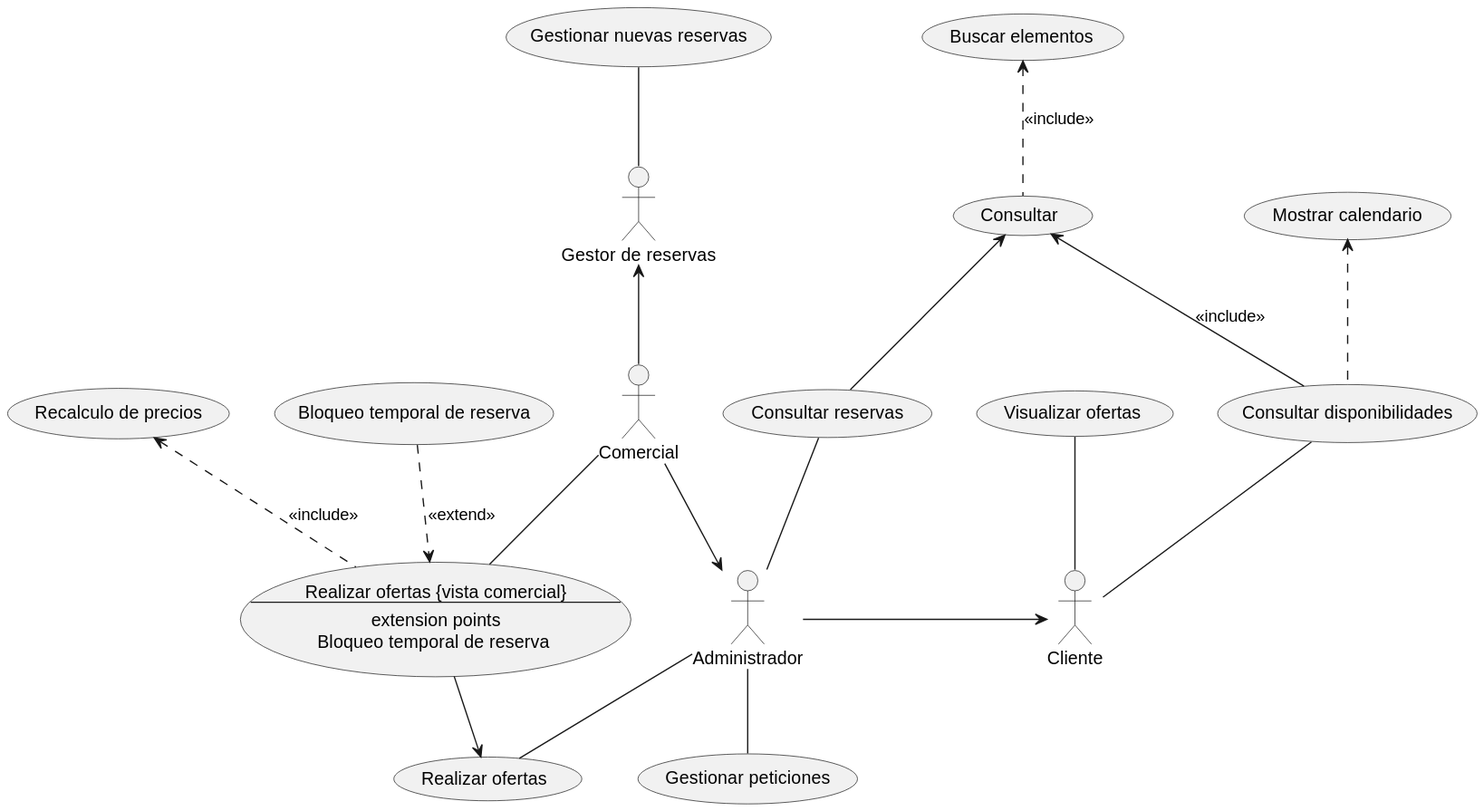
Earlier version of the PlantUML export out/lab0/source/Compania hotelera/CompaniaHotelera.svg (cgg734/INRE-UAL-MORADO-2022-2023).
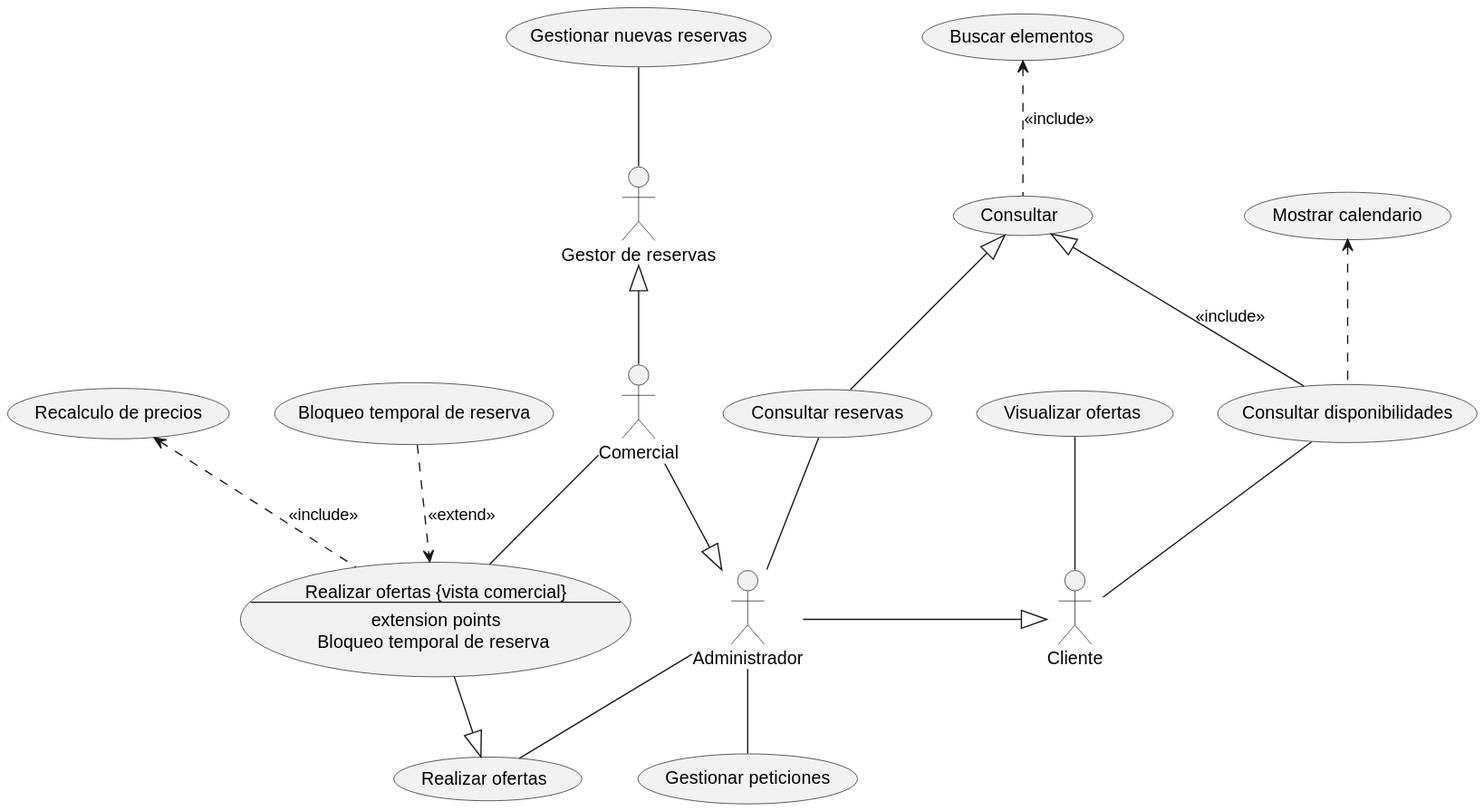
After the commit.

Diff of the diagram source:
```diff
@@ -16,21 +16,21 @@
 Administrador--(GestPet)
 Administrador-down-(RealOf)
 
-Administrador-right->Cliente
+Administrador-right-|>Cliente
 
 (Mostrar calendario) as (MCalenda)
 (ConsultDisponib).up.>(MCalenda)
 
-(Consultar)<--(ConsultDisponib): <<include>>
-(Consultar)<--(ConsultRes)
+(Consultar)<|--(ConsultDisponib): <<include>>
+(Consultar)<|--(ConsultRes)
 
 (Buscar elementos) as (BuscaElem)
 (Consultar).up.>(BuscaElem): <<include>>
 
 actor Comercial
 
-Comercial-up-> :Gestor de reservas:
-Comercial-right-> Administrador
+Comercial-up-|> :Gestor de reservas:
+Comercial-right-|> Administrador
 
 usecase (Gestionar nuevas reservas) as GestNReser
 :Gestor de reservas:-up-(GestNReser)
@@ -41,7 +41,7 @@
 Bloqueo temporal de reserva "
 
 Comercial--(ROfComercial)
-(ROfComercial)-->(RealOf)
+(ROfComercial)--|>(RealOf)
 usecase (Bloqueo temporal de reserva) as (Bloq)
 (Bloq)..>(ROfComercial): <<extend>>
 (Recalculo de precios)<..(ROfComercial): <<include>>
```
